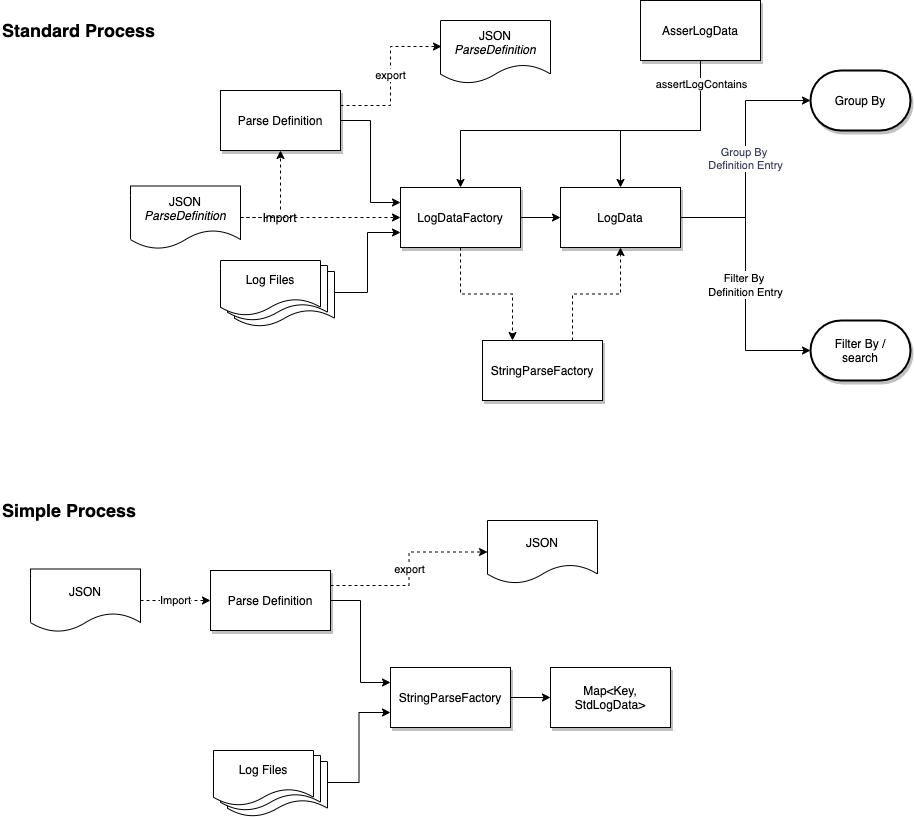
Before: diagrams/Log_Parser-Processes.png, a diagram exported from draw.io (adobe/log-parser). Source tidied: cells renumbered, new cells last; positions are measured from the earlier drawing's top-left corner, leaving out a move shared by most shapes.
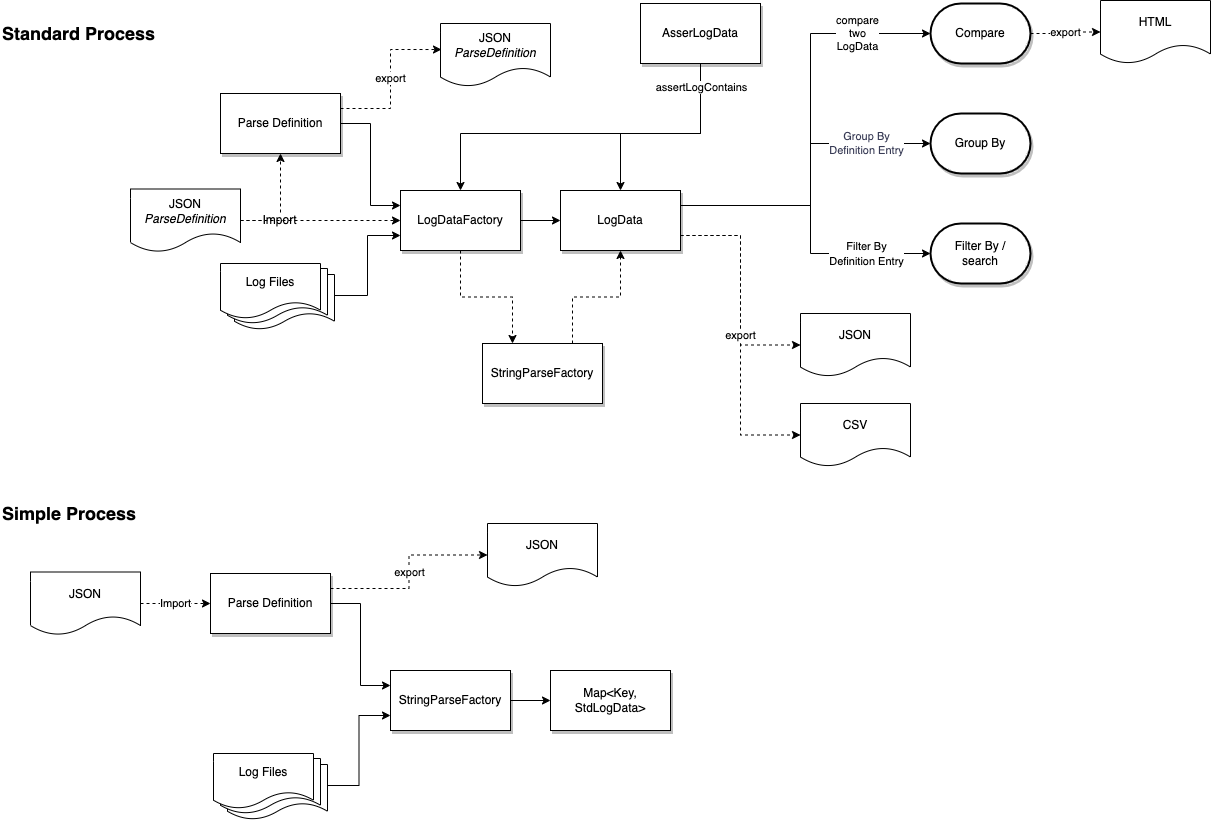
Above is the later version.

Commit message:
137 create an html diff report (#139)

The edit, as a diff of the source:
```diff
@@ -17,8 +17,13 @@
     <mxCell id="6" value="LogDataFactory" style="rounded=0;whiteSpace=wrap;html=1;shadow=1;labelBackgroundColor=#FFFFFF;" parent="1" vertex="1">
       <mxGeometry x="400" y="187" width="120" height="60" as="geometry" />
     </mxCell>
-    <mxCell id="7" value="Group By &lt;br&gt;Definition Entry" style="edgeStyle=orthogonalEdgeStyle;rounded=0;jettySize=auto;html=1;exitX=1;exitY=0.5;exitDx=0;exitDy=0;entryX=0;entryY=0.5;entryDx=0;entryDy=0;entryPerimeter=0;fontColor=#393C56;labelBackgroundColor=#FFFFFF;" parent="1" edge="1" source="11" target="9">
-      <mxGeometry relative="1" as="geometry" />
+    <mxCell id="7" value="Group By &lt;br&gt;Definition Entry" style="edgeStyle=orthogonalEdgeStyle;rounded=0;jettySize=auto;html=1;exitX=1;exitY=0.25;exitDx=0;exitDy=0;entryX=0;entryY=0.5;entryDx=0;entryDy=0;entryPerimeter=0;fontColor=#393C56;labelBackgroundColor=#FFFFFF;" parent="1" edge="1" source="11" target="9">
+      <mxGeometry x="0.59" relative="1" as="geometry">
+        <Array as="points">
+          <mxPoint x="810" y="202" />
+          <mxPoint x="810" y="140" />
+        </Array>
+      </mxGeometry>
     </mxCell>
     <mxCell id="8" style="edgeStyle=orthogonalEdgeStyle;rounded=0;orthogonalLoop=1;jettySize=auto;html=1;exitX=0.5;exitY=1;exitDx=0;exitDy=0;labelBackgroundColor=#FFFFFF;fontColor=#393C56;" parent="1" edge="1">
       <mxGeometry relative="1" as="geometry">
@@ -27,11 +32,30 @@
       </mxGeometry>
     </mxCell>
     <mxCell id="9" value="Group By" style="strokeWidth=2;html=1;shape=mxgraph.flowchart.terminator;whiteSpace=wrap;shadow=1;labelBackgroundColor=#FFFFFF;" parent="1" vertex="1">
-      <mxGeometry x="810" y="70" width="100" height="60" as="geometry" />
+      <mxGeometry x="930" y="110" width="100" height="60" as="geometry" />
     </mxCell>
-    <mxCell id="10" value="&lt;font style=&quot;font-size: 11px&quot;&gt;Filter By &lt;br&gt;Definition Entry&lt;/font&gt;" style="edgeStyle=orthogonalEdgeStyle;rounded=0;jettySize=auto;html=1;exitX=1;exitY=0.5;exitDx=0;exitDy=0;entryX=0;entryY=0.5;entryDx=0;entryDy=0;entryPerimeter=0;labelBackgroundColor=#FFFFFF;strokeColor=#000000;fontSize=12;" parent="1" edge="1" source="11" target="38">
-      <mxGeometry relative="1" as="geometry" />
+    <mxCell id="10" value="&lt;font style=&quot;font-size: 11px&quot;&gt;Filter By &lt;br&gt;Definition Entry&lt;/font&gt;" style="edgeStyle=orthogonalEdgeStyle;rounded=0;jettySize=auto;html=1;exitX=1;exitY=0.25;exitDx=0;exitDy=0;entryX=0;entryY=0.5;entryDx=0;entryDy=0;entryPerimeter=0;labelBackgroundColor=#FFFFFF;strokeColor=#000000;fontSize=12;" parent="1" edge="1" source="11" target="38">
+      <mxGeometry x="0.57" relative="1" as="geometry">
+        <Array as="points">
+          <mxPoint x="810" y="202" />
+          <mxPoint x="810" y="250" />
+        </Array>
+      </mxGeometry>
     </mxCell>
+    <mxCell id="46" style="edgeStyle=orthogonalEdgeStyle;rounded=0;jettySize=auto;html=1;exitX=1;exitY=0.75;exitDx=0;exitDy=0;entryX=0;entryY=0.5;entryDx=0;entryDy=0;dashed=1;" parent="1" edge="1" source="11" target="49">
+      <mxGeometry relative="1" as="geometry" />
+    </mxCell>
+    <mxCell id="47" value="export" style="edgeStyle=orthogonalEdgeStyle;rounded=0;jettySize=auto;html=1;exitX=1;exitY=0.75;exitDx=0;exitDy=0;entryX=0;entryY=0.5;entryDx=0;entryDy=0;dashed=1;" parent="1" edge="1" source="11" target="50">
+      <mxGeometry relative="1" as="geometry" />
+    </mxCell>
+    <mxCell id="48" value="compare &lt;br&gt;two&lt;br&gt;LogData" style="edgeStyle=orthogonalEdgeStyle;rounded=0;jettySize=auto;html=1;exitX=1;exitY=0.25;exitDx=0;exitDy=0;entryX=0;entryY=0.5;entryDx=0;entryDy=0;entryPerimeter=0;" parent="1" edge="1" source="11" target="51">
+      <mxGeometry x="0.65" relative="1" as="geometry">
+        <Array as="points">
+          <mxPoint x="810" y="202" />
+          <mxPoint x="810" y="30" />
+        </Array>
+      </mxGeometry>
+    </mxCell>
     <mxCell id="11" value="LogData" style="rounded=0;whiteSpace=wrap;html=1;shadow=1;labelBackgroundColor=#FFFFFF;" parent="1" vertex="1">
       <mxGeometry x="560" y="187" width="120" height="60" as="geometry" />
     </mxCell>
@@ -117,7 +141,7 @@
       <mxGeometry x="30" y="568.5" width="110" height="63" as="geometry" />
     </mxCell>
     <mxCell id="38" value="Filter By /&lt;br&gt;search" style="strokeWidth=2;html=1;shape=mxgraph.flowchart.terminator;whiteSpace=wrap;shadow=1;labelBackgroundColor=#FFFFFF;" parent="1" vertex="1">
-      <mxGeometry x="810" y="320" width="100" height="60" as="geometry" />
+      <mxGeometry x="930" y="220" width="100" height="60" as="geometry" />
     </mxCell>
     <mxCell id="39" value="JSON" style="shape=document;whiteSpace=wrap;html=1;boundedLbl=1;labelBackgroundColor=#FFFFFF;strokeColor=#000000;fillColor=#FFFFFF;fontSize=12;align=center;" parent="1" vertex="1">
       <mxGeometry x="487" y="520" width="110" height="63" as="geometry" />
@@ -152,5 +176,20 @@
     <mxCell id="45" style="edgeStyle=orthogonalEdgeStyle;rounded=0;jettySize=auto;html=1;exitX=1;exitY=0.5;exitDx=0;exitDy=0;entryX=0;entryY=0.5;entryDx=0;entryDy=0;labelBackgroundColor=#FFFFFF;strokeColor=#000000;fontSize=12;dashed=1;" parent="1" edge="1" source="35" target="6">
       <mxGeometry relative="1" as="geometry" />
     </mxCell>
+    <mxCell id="49" value="JSON" style="shape=document;whiteSpace=wrap;html=1;boundedLbl=1;labelBackgroundColor=#FFFFFF;strokeColor=#000000;fillColor=#FFFFFF;fontSize=12;align=center;" parent="1" vertex="1">
+      <mxGeometry x="800" y="310" width="110" height="63" as="geometry" />
+    </mxCell>
+    <mxCell id="50" value="CSV" style="shape=document;whiteSpace=wrap;html=1;boundedLbl=1;labelBackgroundColor=#FFFFFF;strokeColor=#000000;fillColor=#FFFFFF;fontSize=12;align=center;" parent="1" vertex="1">
+      <mxGeometry x="800" y="400" width="110" height="63" as="geometry" />
+    </mxCell>
+    <mxCell id="51" value="Compare" style="strokeWidth=2;html=1;shape=mxgraph.flowchart.terminator;whiteSpace=wrap;shadow=1;labelBackgroundColor=#FFFFFF;" parent="1" vertex="1">
+      <mxGeometry x="930" width="100" height="60" as="geometry" />
+    </mxCell>
+    <mxCell id="52" value="export" style="edgeStyle=orthogonalEdgeStyle;rounded=0;jettySize=auto;html=1;exitX=1;exitY=0.5;exitDx=0;exitDy=0;dashed=1;exitPerimeter=0;entryX=0;entryY=0.5;entryDx=0;entryDy=0;" parent="1" edge="1" source="51" target="53">
+      <mxGeometry relative="1" as="geometry" />
+    </mxCell>
+    <mxCell id="53" value="HTML" style="shape=document;whiteSpace=wrap;html=1;boundedLbl=1;labelBackgroundColor=#FFFFFF;strokeColor=#000000;fillColor=#FFFFFF;fontSize=12;align=center;" parent="1" vertex="1">
+      <mxGeometry x="1100" y="-3" width="110" height="63" as="geometry" />
+    </mxCell>
   </root>
 </mxGraphModel>
```
